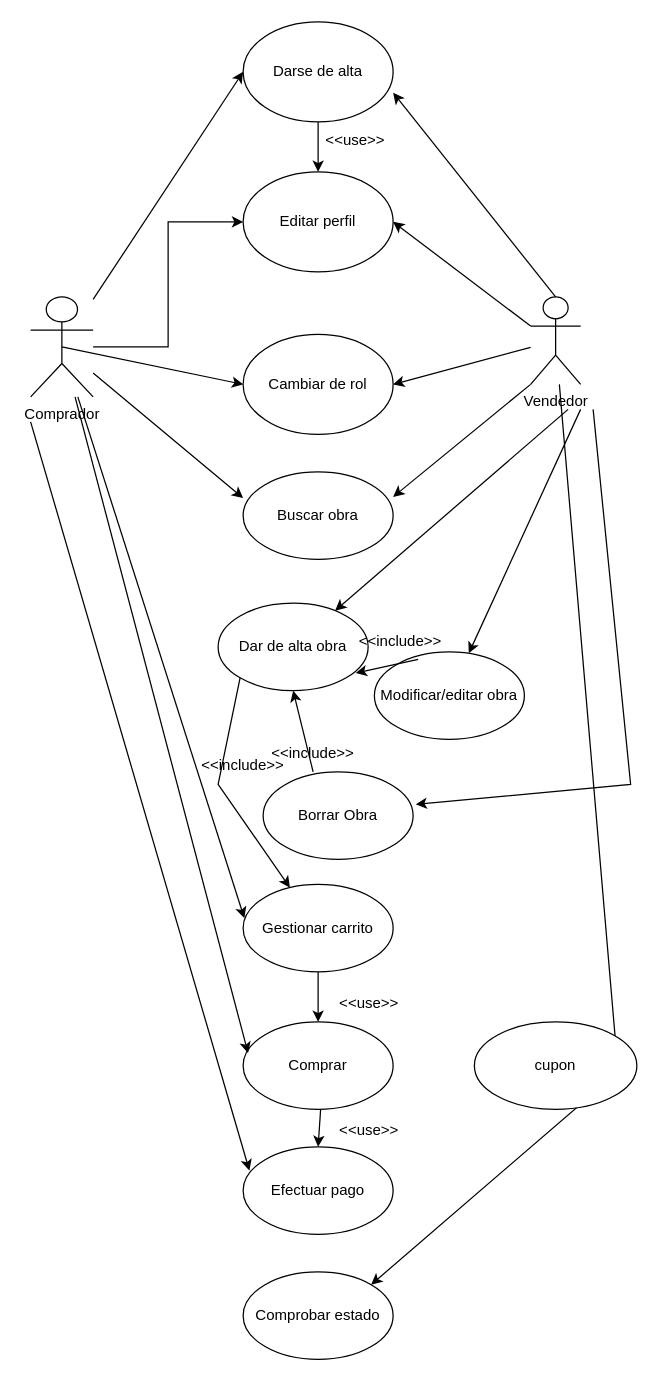
Before: PROGRAMACION/Entornos/Diagrama de uso obras.drawio in DiMaPaGa/daw1, a draw.io diagram. Source tidied: cells renumbered, new cells numbered last; positions are measured from the earlier drawing's top-left corner, leaving out a move shared by most shapes. Both pictures are drawn from the tidied source at 125%, with x=0, y=0 at pixel (30, 21).
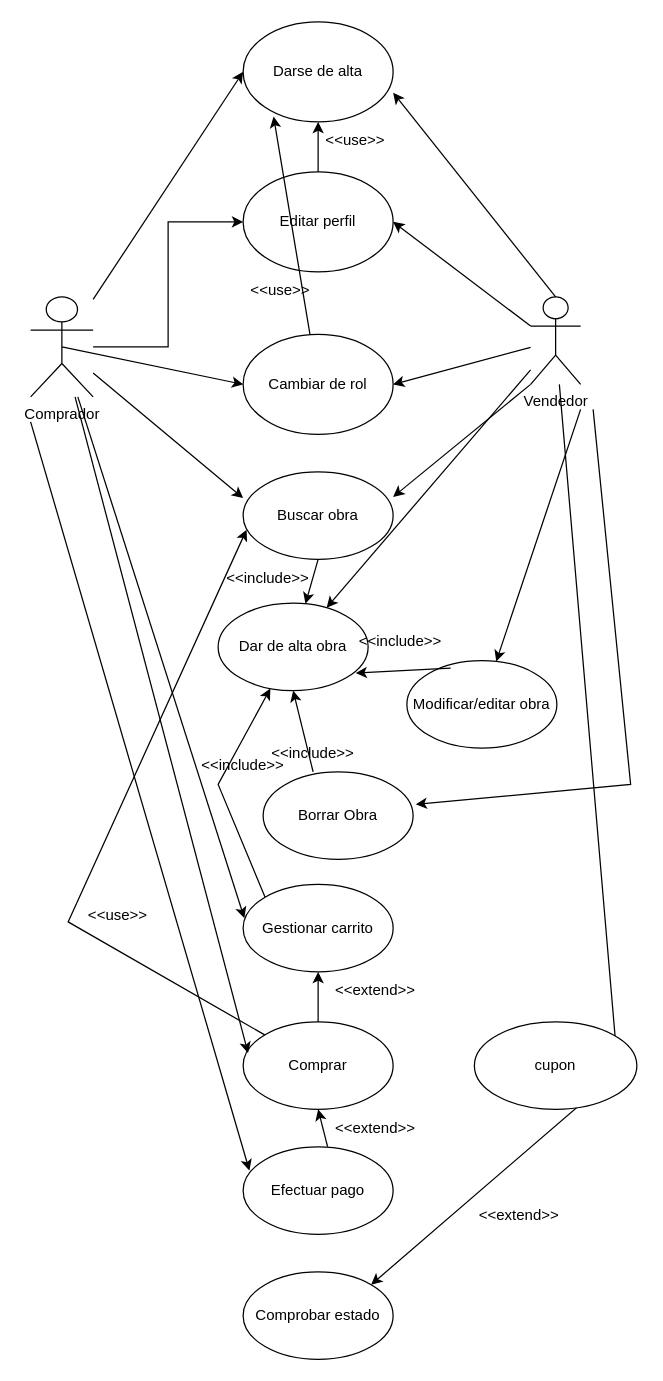
The same diagram, later.

The change refers to these unchanged cells:
```xml
<mxCell id="2" value="Vendedor" style="shape=umlActor;verticalLabelPosition=bottom;verticalAlign=top;html=1;outlineConnect=0;" parent="1" vertex="1">
  <mxGeometry x="400" y="220" width="40" height="70" as="geometry" />
</mxCell>
<mxCell id="5" value="Editar perfil" style="ellipse;whiteSpace=wrap;html=1;" parent="1" vertex="1">
  <mxGeometry x="170" y="120" width="120" height="80" as="geometry" />
</mxCell>
<mxCell id="6" value="Buscar obra" style="ellipse;whiteSpace=wrap;html=1;" parent="1" vertex="1">
  <mxGeometry x="170" y="360" width="120" height="70" as="geometry" />
</mxCell>
<mxCell id="8" value="Cambiar de rol" style="ellipse;whiteSpace=wrap;html=1;" parent="1" vertex="1">
  <mxGeometry x="170" y="250" width="120" height="80" as="geometry" />
</mxCell>
<mxCell id="12" value="Dar de alta obra" style="ellipse;whiteSpace=wrap;html=1;" parent="1" vertex="1">
  <mxGeometry x="150" y="465" width="120" height="70" as="geometry" />
</mxCell>
<mxCell id="14" value="Gestionar carrito" style="ellipse;whiteSpace=wrap;html=1;" parent="1" vertex="1">
  <mxGeometry x="170" y="690" width="120" height="70" as="geometry" />
</mxCell>
<mxCell id="19" value="Darse de alta" style="ellipse;whiteSpace=wrap;html=1;" parent="1" vertex="1">
  <mxGeometry x="170" width="120" height="80" as="geometry" />
</mxCell>
<mxCell id="25" value="Comprar" style="ellipse;whiteSpace=wrap;html=1;" parent="1" vertex="1">
  <mxGeometry x="170" y="800" width="120" height="70" as="geometry" />
</mxCell>
<mxCell id="28" value="Efectuar pago" style="ellipse;whiteSpace=wrap;html=1;" parent="1" vertex="1">
  <mxGeometry x="170" y="900" width="120" height="70" as="geometry" />
</mxCell>
```

Change to the diagram source:
```diff
@@
-    <mxCell id="13" style="endArrow=classic;html=1;rounded=0;" parent="1" edge="1" target="12">
-      <mxGeometry relative="1" as="geometry">
-        <mxPoint x="430" y="310" as="sourcePoint" />
-      </mxGeometry>
+    <mxCell id="13" style="endArrow=classic;html=1;rounded=0;" parent="1" edge="1" source="2" target="12">
+      <mxGeometry relative="1" as="geometry" />
     </mxCell>
@@
-    <mxCell id="22" style="endArrow=classic;html=1;rounded=0;entryX=0.5;entryY=0;entryDx=0;entryDy=0;exitX=0.5;exitY=1;exitDx=0;exitDy=0;" parent="1" edge="1" source="19" target="5">
+    <mxCell id="22" style="endArrow=classic;html=1;rounded=0;entryX=0.5;entryY=1;entryDx=0;entryDy=0;exitX=0.5;exitY=0;exitDx=0;exitDy=0;" parent="1" edge="1" source="5" target="19">
       <mxGeometry relative="1" as="geometry" />
     </mxCell>
@@
+    <mxCell id="43" style="edgeStyle=orthogonalEdgeStyle;rounded=0;jettySize=auto;html=1;exitX=0.5;exitY=0;exitDx=0;exitDy=0;entryX=0.5;entryY=1;entryDx=0;entryDy=0;" parent="1" edge="1" source="25" target="14">
+      <mxGeometry relative="1" as="geometry" />
+    </mxCell>
@@
-    <mxCell id="26" style="endArrow=classic;html=1;rounded=0;entryX=0.5;entryY=0;entryDx=0;entryDy=0;" parent="1" edge="1" source="14" target="25">
-      <mxGeometry relative="1" as="geometry" />
+    <mxCell id="26" style="endArrow=classic;html=1;rounded=0;entryX=0.023;entryY=0.66;entryDx=0;entryDy=0;entryPerimeter=0;" parent="1" edge="1" source="25" target="6">
+      <mxGeometry relative="1" as="geometry">
+        <Array as="points">
+          <mxPoint x="30" y="720" />
+        </Array>
+      </mxGeometry>
     </mxCell>
     <mxCell id="27" value="&amp;lt;&amp;lt;use&amp;gt;&amp;gt;" style="text;html=1;strokeColor=none;fillColor=none;align=center;verticalAlign=middle;whiteSpace=wrap;rounded=0;" parent="1" vertex="1">
-      <mxGeometry x="241" y="770" width="60" height="30" as="geometry" />
+      <mxGeometry x="40" y="700" width="60" height="30" as="geometry" />
     </mxCell>
@@
-    <mxCell id="29" style="endArrow=classic;html=1;rounded=0;entryX=0.5;entryY=0;entryDx=0;entryDy=0;" parent="1" edge="1" target="28">
-      <mxGeometry relative="1" as="geometry">
-        <mxPoint x="232" y="870" as="sourcePoint" />
-      </mxGeometry>
+    <mxCell id="29" style="endArrow=classic;html=1;rounded=0;exitX=0.563;exitY=-0.003;exitDx=0;exitDy=0;exitPerimeter=0;entryX=0.5;entryY=1;entryDx=0;entryDy=0;" parent="1" edge="1" source="28" target="25">
+      <mxGeometry relative="1" as="geometry" />
     </mxCell>
-    <mxCell id="30" value="&amp;lt;&amp;lt;use&amp;gt;&amp;gt;" style="text;html=1;strokeColor=none;fillColor=none;align=center;verticalAlign=middle;whiteSpace=wrap;rounded=0;" parent="1" vertex="1">
-      <mxGeometry x="241" y="872" width="60" height="30" as="geometry" />
-    </mxCell>
@@
     <mxCell id="33" value="Modificar/editar obra" style="ellipse;whiteSpace=wrap;html=1;" parent="1" vertex="1">
-      <mxGeometry x="275" y="504" width="120" height="70" as="geometry" />
+      <mxGeometry x="301" y="511" width="120" height="70" as="geometry" />
     </mxCell>
@@
-    <mxCell id="41" style="endArrow=classic;html=1;rounded=0;exitX=0;exitY=1;exitDx=0;exitDy=0;" parent="1" edge="1" source="12" target="14">
+    <mxCell id="41" style="endArrow=classic;html=1;rounded=0;exitX=0;exitY=0;exitDx=0;exitDy=0;" parent="1" edge="1" source="14" target="12">
       <mxGeometry relative="1" as="geometry">
         <Array as="points">
           <mxPoint x="150" y="610" />
         </Array>
       </mxGeometry>
     </mxCell>
@@
+    <mxCell id="30" value="&amp;lt;&amp;lt;use&amp;gt;&amp;gt;" style="text;html=1;strokeColor=none;fillColor=none;align=center;verticalAlign=middle;whiteSpace=wrap;rounded=0;" parent="1" vertex="1">
+      <mxGeometry x="170" y="200" width="60" height="30" as="geometry" />
+    </mxCell>
+    <mxCell id="44" style="endArrow=classic;html=1;rounded=0;entryX=0.203;entryY=0.947;entryDx=0;entryDy=0;entryPerimeter=0;" parent="1" edge="1" source="8" target="19">
+      <mxGeometry relative="1" as="geometry" />
+    </mxCell>
+    <mxCell id="45" value="&amp;lt;&amp;lt;include&amp;gt;&amp;gt;" style="text;html=1;strokeColor=none;fillColor=none;align=center;verticalAlign=middle;whiteSpace=wrap;rounded=0;" parent="1" vertex="1">
+      <mxGeometry x="160" y="430" width="60" height="30" as="geometry" />
+    </mxCell>
+    <mxCell id="46" style="endArrow=classic;html=1;rounded=0;exitX=0.5;exitY=1;exitDx=0;exitDy=0;" parent="1" edge="1" source="6" target="12">
+      <mxGeometry relative="1" as="geometry" />
+    </mxCell>
+    <mxCell id="47" value="&amp;lt;&amp;lt;extend&amp;gt;&amp;gt;" style="text;html=1;strokeColor=none;fillColor=none;align=center;verticalAlign=middle;whiteSpace=wrap;rounded=0;" parent="1" vertex="1">
+      <mxGeometry x="246" y="760" width="60" height="30" as="geometry" />
+    </mxCell>
+    <mxCell id="48" value="&amp;lt;&amp;lt;extend&amp;gt;&amp;gt;" style="text;html=1;strokeColor=none;fillColor=none;align=center;verticalAlign=middle;whiteSpace=wrap;rounded=0;" parent="1" vertex="1">
+      <mxGeometry x="246" y="870" width="60" height="30" as="geometry" />
+    </mxCell>
+    <mxCell id="49" value="&amp;lt;&amp;lt;extend&amp;gt;&amp;gt;" style="text;html=1;strokeColor=none;fillColor=none;align=center;verticalAlign=middle;whiteSpace=wrap;rounded=0;" parent="1" vertex="1">
+      <mxGeometry x="361" y="940" width="60" height="30" as="geometry" />
+    </mxCell>
```
